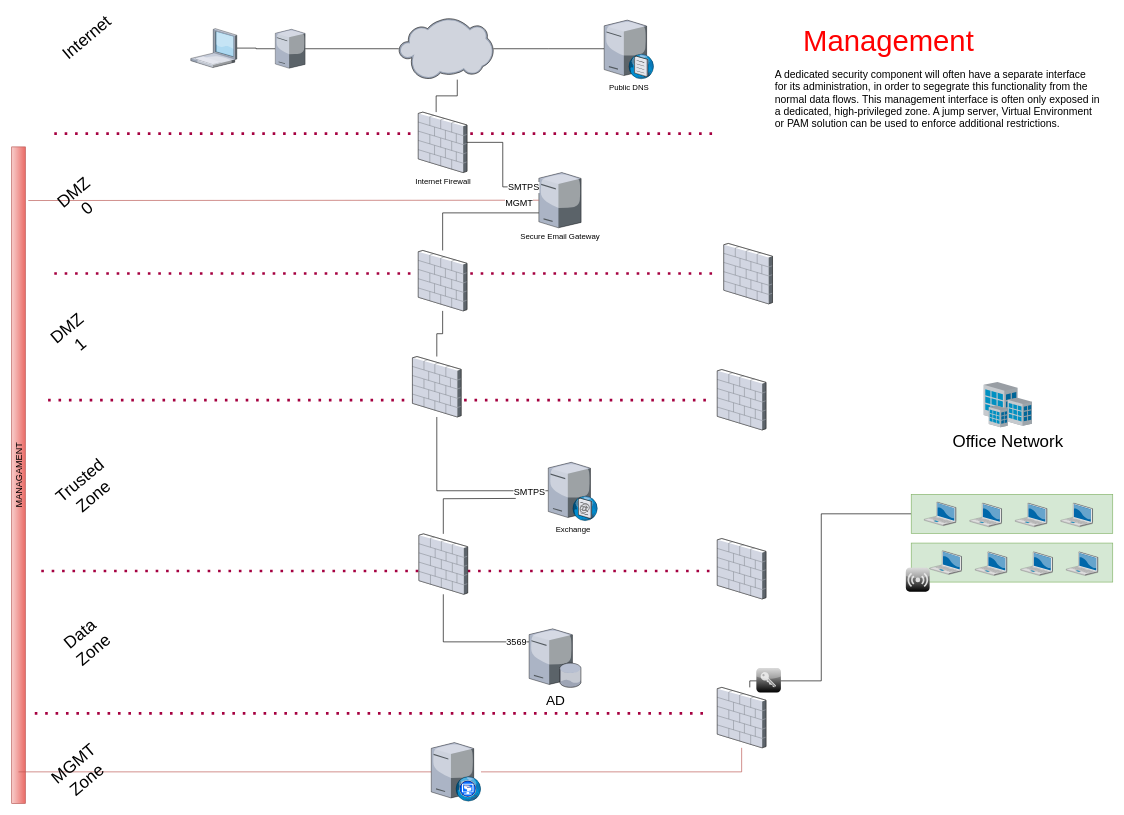
Earlier version of the draw.io diagram page "Managment" (4 of 4) of SMTP Gateway.drawio (dachachacha/dotfiles). Source tidied: cells renumbered, new cells numbered last; positions are measured from the earlier drawing's top-left corner, leaving out a move shared by most shapes. Both pictures are drawn from the tidied source at 65%, with x=0, y=0 at pixel (-310, 18).
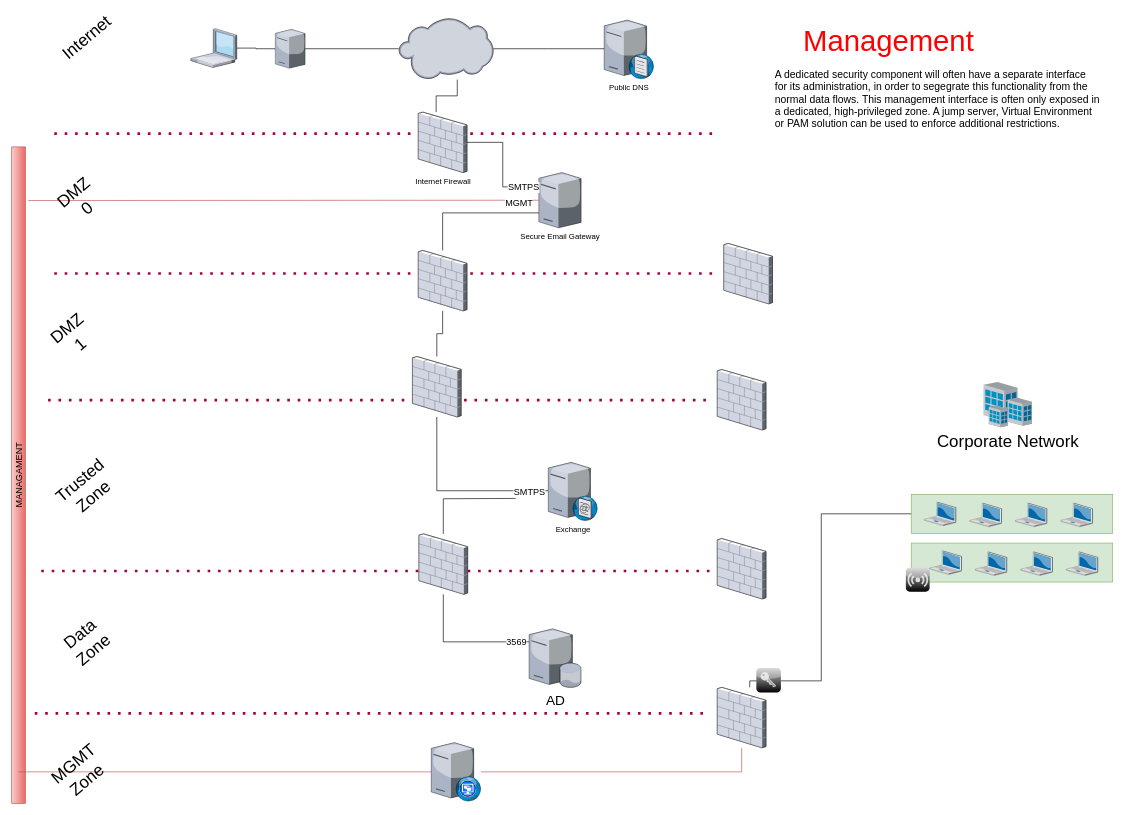
The same page after the edit.

Diff of the diagram source:
```diff
@@
-    <mxCell id="26" value="Office Network" style="verticalLabelPosition=bottom;sketch=0;html=1;verticalAlign=top;strokeColor=none;align=center;shape=mxgraph.citrix.site;fontSize=26;" parent="1" vertex="1">
+    <mxCell id="26" value="Corporate Network" style="verticalLabelPosition=bottom;sketch=0;html=1;verticalAlign=top;strokeColor=none;align=center;shape=mxgraph.citrix.site;fontSize=26;" parent="1" vertex="1">
       <mxGeometry x="1990" y="560" width="74.2" height="70" as="geometry" />
     </mxCell>
```
